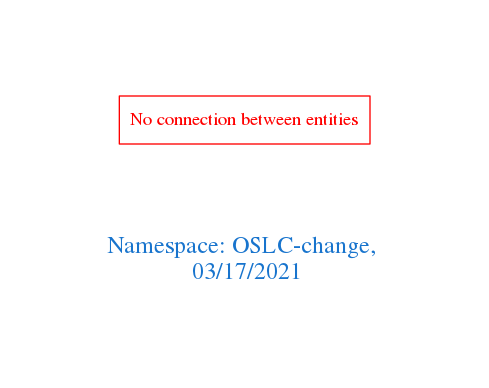
This is downloads/OSLC-change.png from arago/OGIT, a Graphviz export, as it was before one commit. Its source is kept beside it as downloads/OSLC-change.dot.
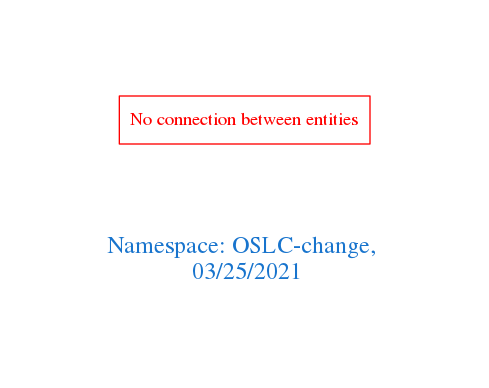
After the change.

The edit, as a diff of the source:
```diff
@@ -1,7 +1,7 @@
 digraph OGIT_ontology {
  graph [ rankdir= LR,pad=1
 fontsize = 18,
-fontcolor= dodgerblue3,label = "\n\n\nNamespace: OSLC-change, \n 03/17/2021"];
+fontcolor= dodgerblue3,label = "\n\n\nNamespace: OSLC-change, \n 03/25/2021"];
 node[shape=polygon];
 edge [  color="gray81"];
 
```
